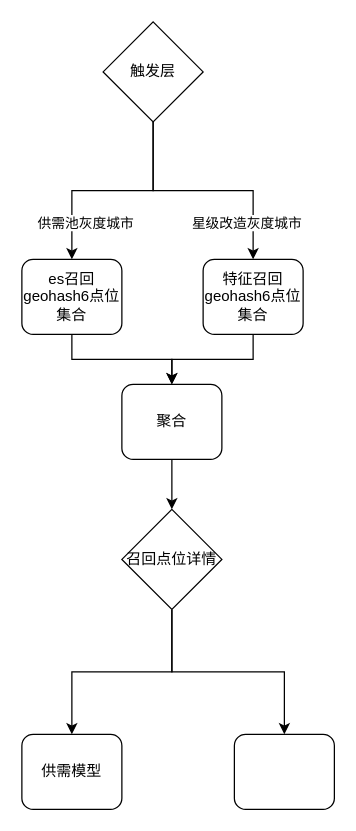
Above: 星级改造生成侧链路.drawio in jackie-coming/draw (draw.io), before the change. Source tidied: cells renumbered, new cells numbered last; positions are measured from the earlier drawing's top-left corner, leaving out a move shared by most shapes. Both pictures are drawn from the tidied source at 125%, with x=0, y=0 at pixel (21, 21).
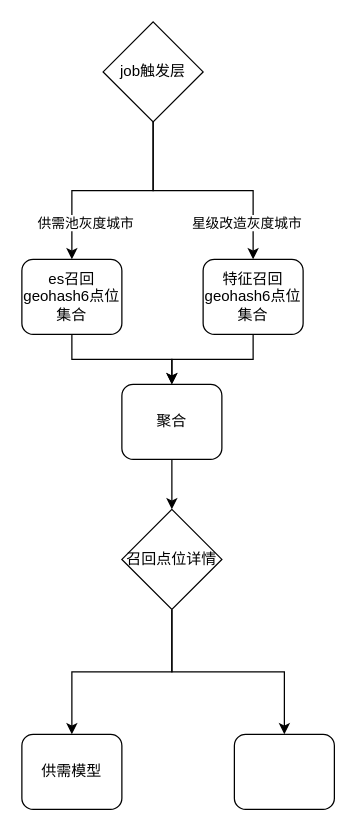
After the change.

Commit message (it also covers changes not shown here):
Update 星级改造生成侧链路.drawio

The edit, as a diff of the source:
```diff
@@
-    <mxCell id="8" value="触发层" style="rhombus;whiteSpace=wrap;html=1;" parent="1" vertex="1">
+    <mxCell id="8" value="job触发层" style="rhombus;whiteSpace=wrap;html=1;" parent="1" vertex="1">
       <mxGeometry x="65" width="80" height="80" as="geometry" />
     </mxCell>
```
